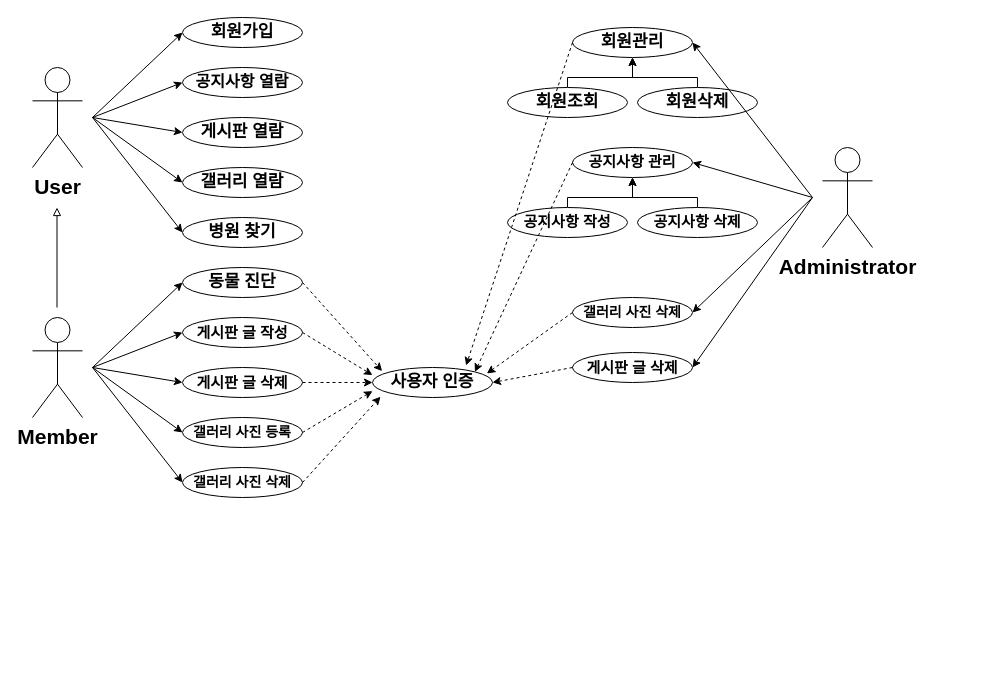
Before: usecase.drawio in ch990916/PetDisease, a draw.io diagram. Source tidied: cells renumbered, new cells numbered last; positions are measured from the earlier drawing's top-left corner, leaving out a move shared by most shapes. Both pictures are drawn from the tidied source at 100%, with x=0, y=0 at pixel (32, 17).
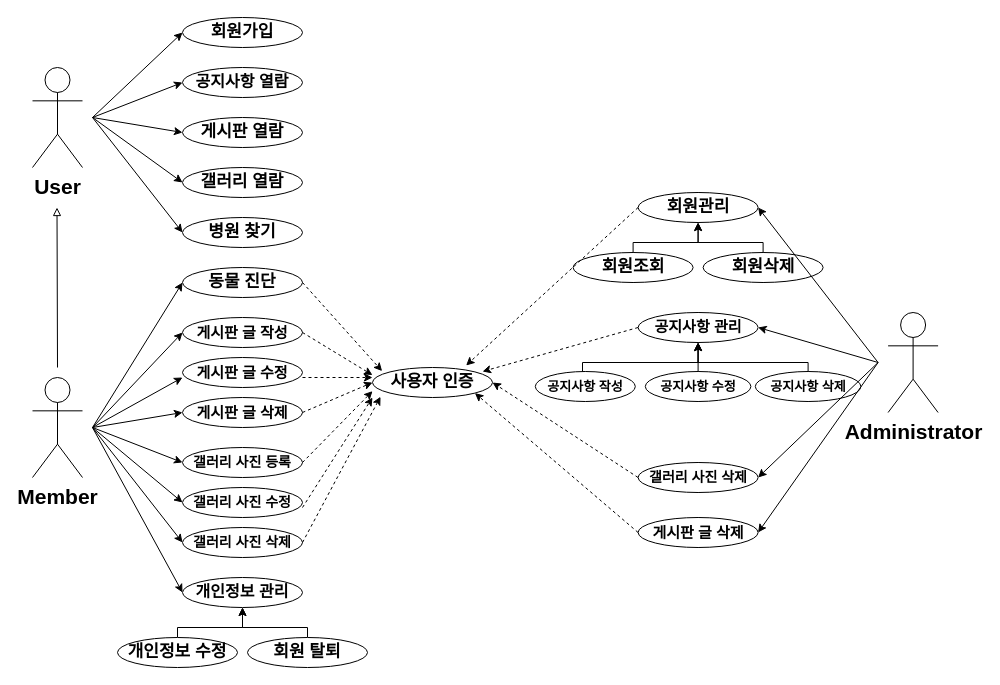
Above is the later version.

Commit message:
12 / 05 "수정" 내용 추가 UCD

Unchanged cells that the change refers to:
```xml
<mxCell id="5" value="&lt;span style=&quot;font-size: 17px;&quot;&gt;&lt;b&gt;동물 진단&lt;/b&gt;&lt;/span&gt;" style="ellipse;whiteSpace=wrap;html=1;" parent="1" vertex="1">
  <mxGeometry x="150" y="250" width="120" height="30" as="geometry" />
</mxCell>
<mxCell id="11" value="&lt;span style=&quot;font-size: 17px;&quot;&gt;&lt;b&gt;사용자 인증&lt;/b&gt;&lt;/span&gt;" style="ellipse;whiteSpace=wrap;html=1;" parent="1" vertex="1">
  <mxGeometry x="340" y="350" width="120" height="30" as="geometry" />
</mxCell>
```

Diff of the diagram source:
```diff
@@
     <mxCell id="7" value="&lt;font style=&quot;font-size: 15px;&quot;&gt;&lt;b style=&quot;font-size: 15px;&quot;&gt;게시판 글 삭제&lt;/b&gt;&lt;/font&gt;" style="ellipse;whiteSpace=wrap;html=1;fontSize=15;" parent="1" vertex="1">
-      <mxGeometry x="150" y="350" width="120" height="30" as="geometry" />
+      <mxGeometry x="150" y="380" width="120" height="30" as="geometry" />
     </mxCell>
     <mxCell id="8" value="&lt;font style=&quot;font-size: 14px;&quot;&gt;&lt;b style=&quot;font-size: 14px;&quot;&gt;갤러리 사진 등록&lt;/b&gt;&lt;/font&gt;" style="ellipse;whiteSpace=wrap;html=1;fontSize=14;" parent="1" vertex="1">
-      <mxGeometry x="150" y="400" width="120" height="30" as="geometry" />
+      <mxGeometry x="150" y="430" width="120" height="30" as="geometry" />
     </mxCell>
     <mxCell id="9" value="&lt;font style=&quot;font-size: 14px;&quot;&gt;&lt;b style=&quot;font-size: 14px;&quot;&gt;갤러리 사진 삭제&lt;/b&gt;&lt;/font&gt;" style="ellipse;whiteSpace=wrap;html=1;fontSize=14;" parent="1" vertex="1">
-      <mxGeometry x="150" y="450" width="120" height="30" as="geometry" />
+      <mxGeometry x="150" y="510" width="120" height="30" as="geometry" />
     </mxCell>
@@
     <mxCell id="13" value="Member" style="shape=umlActor;verticalLabelPosition=bottom;verticalAlign=top;html=1;fontSize=21;fontStyle=1;" parent="1" vertex="1">
-      <mxGeometry y="300" width="50" height="100" as="geometry" />
+      <mxGeometry y="360" width="50" height="100" as="geometry" />
     </mxCell>
@@
     <mxCell id="20" style="endArrow=classic;html=1;rounded=0;entryX=0;entryY=0.5;entryDx=0;entryDy=0;" parent="1" edge="1" target="5">
       <mxGeometry relative="1" as="geometry">
-        <mxPoint x="60" y="350" as="sourcePoint" />
+        <mxPoint x="60" y="410" as="sourcePoint" />
       </mxGeometry>
     </mxCell>
     <mxCell id="21" style="endArrow=classic;html=1;rounded=0;entryX=0;entryY=0.5;entryDx=0;entryDy=0;" parent="1" edge="1" target="7">
       <mxGeometry relative="1" as="geometry">
-        <mxPoint x="60" y="350" as="sourcePoint" />
+        <mxPoint x="60" y="410" as="sourcePoint" />
       </mxGeometry>
     </mxCell>
     <mxCell id="22" style="endArrow=classic;html=1;rounded=0;entryX=0;entryY=0.5;entryDx=0;entryDy=0;" parent="1" edge="1" target="8">
       <mxGeometry relative="1" as="geometry">
-        <mxPoint x="60" y="350" as="sourcePoint" />
+        <mxPoint x="60" y="410" as="sourcePoint" />
       </mxGeometry>
     </mxCell>
     <mxCell id="23" style="endArrow=classic;html=1;rounded=0;entryX=0;entryY=0.5;entryDx=0;entryDy=0;" parent="1" edge="1" target="9">
       <mxGeometry relative="1" as="geometry">
-        <mxPoint x="60" y="350" as="sourcePoint" />
+        <mxPoint x="60" y="410" as="sourcePoint" />
       </mxGeometry>
     </mxCell>
     <mxCell id="24" style="endArrow=classic;html=1;rounded=0;entryX=0;entryY=0.5;entryDx=0;entryDy=0;" parent="1" edge="1">
       <mxGeometry relative="1" as="geometry">
-        <mxPoint x="60" y="350" as="sourcePoint" />
+        <mxPoint x="60" y="410" as="sourcePoint" />
         <mxPoint x="150" y="315" as="targetPoint" />
       </mxGeometry>
     </mxCell>
@@
     <mxCell id="30" style="endArrow=block;html=1;rounded=0;endFill=0;" parent="1" edge="1">
       <mxGeometry relative="1" as="geometry">
-        <mxPoint x="24.5" y="290" as="sourcePoint" />
+        <mxPoint x="25" y="350" as="sourcePoint" />
         <mxPoint x="24.5" y="190" as="targetPoint" />
       </mxGeometry>
     </mxCell>
     <mxCell id="31" value="Administrator" style="shape=umlActor;verticalLabelPosition=bottom;verticalAlign=top;html=1;fontSize=21;fontStyle=1;" parent="1" vertex="1">
-      <mxGeometry x="790" y="130" width="50" height="100" as="geometry" />
+      <mxGeometry x="855.6" y="295" width="50" height="100" as="geometry" />
     </mxCell>
     <mxCell id="32" value="&lt;font style=&quot;font-size: 17px;&quot;&gt;&lt;b&gt;회원관리&lt;/b&gt;&lt;/font&gt;" style="ellipse;whiteSpace=wrap;html=1;" parent="1" vertex="1">
-      <mxGeometry x="540" y="10" width="120" height="30" as="geometry" />
+      <mxGeometry x="605.6" y="175" width="120" height="30" as="geometry" />
     </mxCell>
     <mxCell id="33" style="edgeStyle=orthogonalEdgeStyle;rounded=0;jettySize=auto;html=1;exitX=0.5;exitY=0;exitDx=0;exitDy=0;entryX=0.5;entryY=1;entryDx=0;entryDy=0;" parent="1" edge="1" source="34" target="32">
       <mxGeometry relative="1" as="geometry">
         <Array as="points">
-          <mxPoint x="535" y="60" />
-          <mxPoint x="600" y="60" />
+          <mxPoint x="600.6" y="225" />
+          <mxPoint x="665.6" y="225" />
         </Array>
       </mxGeometry>
     </mxCell>
     <mxCell id="34" value="&lt;font style=&quot;font-size: 17px;&quot;&gt;&lt;b&gt;회원조회&lt;/b&gt;&lt;/font&gt;" style="ellipse;whiteSpace=wrap;html=1;" parent="1" vertex="1">
-      <mxGeometry x="475" y="70" width="120" height="30" as="geometry" />
+      <mxGeometry x="540.6" y="235" width="120" height="30" as="geometry" />
     </mxCell>
     <mxCell id="35" style="edgeStyle=orthogonalEdgeStyle;rounded=0;jettySize=auto;html=1;exitX=0.5;exitY=0;exitDx=0;exitDy=0;entryX=0.5;entryY=1;entryDx=0;entryDy=0;" parent="1" edge="1" source="36" target="32">
       <mxGeometry relative="1" as="geometry">
         <Array as="points">
-          <mxPoint x="665" y="60" />
-          <mxPoint x="600" y="60" />
+          <mxPoint x="730.6" y="225" />
+          <mxPoint x="665.6" y="225" />
         </Array>
       </mxGeometry>
     </mxCell>
     <mxCell id="36" value="&lt;font style=&quot;font-size: 17px;&quot;&gt;&lt;b&gt;회원삭제&lt;/b&gt;&lt;/font&gt;" style="ellipse;whiteSpace=wrap;html=1;" parent="1" vertex="1">
-      <mxGeometry x="605" y="70" width="120" height="30" as="geometry" />
+      <mxGeometry x="670.6" y="235" width="120" height="30" as="geometry" />
     </mxCell>
     <mxCell id="37" value="&lt;font style=&quot;font-size: 17px;&quot;&gt;&lt;b style=&quot;font-size: 15px;&quot;&gt;공지사항 관리&lt;/b&gt;&lt;/font&gt;" style="ellipse;whiteSpace=wrap;html=1;" parent="1" vertex="1">
-      <mxGeometry x="540" y="130" width="120" height="30" as="geometry" />
+      <mxGeometry x="605.6" y="295" width="120" height="30" as="geometry" />
     </mxCell>
     <mxCell id="38" style="edgeStyle=orthogonalEdgeStyle;rounded=0;jettySize=auto;html=1;exitX=0.5;exitY=0;exitDx=0;exitDy=0;entryX=0.5;entryY=1;entryDx=0;entryDy=0;" parent="1" edge="1" source="39" target="37">
       <mxGeometry relative="1" as="geometry">
         <Array as="points">
-          <mxPoint x="535" y="180" />
-          <mxPoint x="600" y="180" />
+          <mxPoint x="550" y="345" />
+          <mxPoint x="666" y="345" />
         </Array>
       </mxGeometry>
     </mxCell>
-    <mxCell id="39" value="&lt;font style=&quot;font-size: 17px;&quot;&gt;&lt;b style=&quot;font-size: 15px;&quot;&gt;공지사항 작성&lt;/b&gt;&lt;/font&gt;" style="ellipse;whiteSpace=wrap;html=1;" parent="1" vertex="1">
-      <mxGeometry x="475" y="190" width="120" height="30" as="geometry" />
+    <mxCell id="39" value="&lt;font style=&quot;font-size: 13px;&quot;&gt;&lt;b style=&quot;font-size: 13px;&quot;&gt;공지사항 작성&lt;/b&gt;&lt;/font&gt;" style="ellipse;whiteSpace=wrap;html=1;fontSize=13;" parent="1" vertex="1">
+      <mxGeometry x="502.8" y="354" width="100" height="30" as="geometry" />
     </mxCell>
     <mxCell id="40" style="edgeStyle=orthogonalEdgeStyle;rounded=0;jettySize=auto;html=1;exitX=0.5;exitY=0;exitDx=0;exitDy=0;entryX=0.5;entryY=1;entryDx=0;entryDy=0;" parent="1" edge="1" source="41" target="37">
       <mxGeometry relative="1" as="geometry">
         <Array as="points">
-          <mxPoint x="665" y="180" />
-          <mxPoint x="600" y="180" />
+          <mxPoint x="776" y="345" />
+          <mxPoint x="666" y="345" />
         </Array>
       </mxGeometry>
     </mxCell>
-    <mxCell id="41" value="&lt;font style=&quot;font-size: 17px;&quot;&gt;&lt;b style=&quot;font-size: 15px;&quot;&gt;공지사항 삭제&lt;/b&gt;&lt;/font&gt;" style="ellipse;whiteSpace=wrap;html=1;" parent="1" vertex="1">
-      <mxGeometry x="605" y="190" width="120" height="30" as="geometry" />
+    <mxCell id="41" value="&lt;font style=&quot;font-size: 13px;&quot;&gt;&lt;b style=&quot;font-size: 13px;&quot;&gt;공지사항 삭제&lt;/b&gt;&lt;/font&gt;" style="ellipse;whiteSpace=wrap;html=1;fontSize=13;" parent="1" vertex="1">
+      <mxGeometry x="722.8" y="354" width="105.6" height="30" as="geometry" />
     </mxCell>
@@
-    <mxCell id="43" style="endArrow=classic;html=1;rounded=0;entryX=1;entryY=0;entryDx=0;entryDy=0;exitX=0;exitY=0.5;exitDx=0;exitDy=0;dashed=1;" parent="1" edge="1" source="37" target="11">
-      <mxGeometry relative="1" as="geometry" />
+    <mxCell id="43" style="endArrow=classic;html=1;rounded=0;exitX=0;exitY=0.5;exitDx=0;exitDy=0;dashed=1;" parent="1" edge="1" source="37">
+      <mxGeometry relative="1" as="geometry">
+        <mxPoint x="450" y="354" as="targetPoint" />
+      </mxGeometry>
     </mxCell>
     <mxCell id="44" value="&lt;font style=&quot;font-size: 14px;&quot;&gt;&lt;b style=&quot;font-size: 14px;&quot;&gt;갤러리 사진 삭제&lt;/b&gt;&lt;/font&gt;" style="ellipse;whiteSpace=wrap;html=1;fontSize=14;" parent="1" vertex="1">
-      <mxGeometry x="540" y="280" width="120" height="30" as="geometry" />
+      <mxGeometry x="605.6" y="445" width="120" height="30" as="geometry" />
     </mxCell>
     <mxCell id="45" value="&lt;font style=&quot;font-size: 15px;&quot;&gt;&lt;b style=&quot;font-size: 15px;&quot;&gt;게시판 글 삭제&lt;/b&gt;&lt;/font&gt;" style="ellipse;whiteSpace=wrap;html=1;fontSize=15;" parent="1" vertex="1">
-      <mxGeometry x="540" y="335" width="120" height="30" as="geometry" />
+      <mxGeometry x="605.6" y="500" width="120" height="30" as="geometry" />
     </mxCell>
-    <mxCell id="46" style="endArrow=classic;html=1;rounded=0;entryX=0.953;entryY=0.2;entryDx=0;entryDy=0;entryPerimeter=0;exitX=0;exitY=0.5;exitDx=0;exitDy=0;dashed=1;" parent="1" edge="1" source="44" target="11">
+    <mxCell id="46" style="endArrow=classic;html=1;rounded=0;entryX=1;entryY=0.5;entryDx=0;entryDy=0;exitX=0;exitY=0.5;exitDx=0;exitDy=0;dashed=1;" parent="1" edge="1" source="44" target="11">
       <mxGeometry relative="1" as="geometry" />
     </mxCell>
-    <mxCell id="47" style="endArrow=classic;html=1;rounded=0;entryX=1;entryY=0.5;entryDx=0;entryDy=0;exitX=0;exitY=0.5;exitDx=0;exitDy=0;dashed=1;" parent="1" edge="1" source="45" target="11">
+    <mxCell id="47" style="endArrow=classic;html=1;rounded=0;entryX=1;entryY=1;entryDx=0;entryDy=0;exitX=0;exitY=0.5;exitDx=0;exitDy=0;dashed=1;" parent="1" edge="1" source="45" target="11">
       <mxGeometry relative="1" as="geometry" />
     </mxCell>
     <mxCell id="48" style="endArrow=classic;html=1;rounded=0;entryX=1;entryY=0.5;entryDx=0;entryDy=0;" parent="1" edge="1" target="32">
       <mxGeometry relative="1" as="geometry">
-        <mxPoint x="780" y="180" as="sourcePoint" />
+        <mxPoint x="845.6" y="345" as="sourcePoint" />
       </mxGeometry>
     </mxCell>
     <mxCell id="49" style="endArrow=classic;html=1;rounded=0;entryX=1;entryY=0.5;entryDx=0;entryDy=0;" parent="1" edge="1" target="37">
       <mxGeometry relative="1" as="geometry">
-        <mxPoint x="780" y="180" as="sourcePoint" />
+        <mxPoint x="845.6" y="345" as="sourcePoint" />
       </mxGeometry>
     </mxCell>
     <mxCell id="50" style="endArrow=classic;html=1;rounded=0;entryX=1;entryY=0.5;entryDx=0;entryDy=0;" parent="1" edge="1" target="44">
       <mxGeometry relative="1" as="geometry">
-        <mxPoint x="780" y="180" as="sourcePoint" />
+        <mxPoint x="845.6" y="345" as="sourcePoint" />
       </mxGeometry>
     </mxCell>
     <mxCell id="51" style="endArrow=classic;html=1;rounded=0;entryX=1;entryY=0.5;entryDx=0;entryDy=0;" parent="1" edge="1" target="45">
       <mxGeometry relative="1" as="geometry">
-        <mxPoint x="780" y="180" as="sourcePoint" />
+        <mxPoint x="845.6" y="345" as="sourcePoint" />
       </mxGeometry>
     </mxCell>
+    <mxCell id="52" value="&lt;font style=&quot;font-size: 17px;&quot;&gt;&lt;b style=&quot;font-size: 16px;&quot;&gt;개인정보 관리&lt;/b&gt;&lt;/font&gt;" style="ellipse;whiteSpace=wrap;html=1;" parent="1" vertex="1">
+      <mxGeometry x="150" y="560" width="120" height="30" as="geometry" />
+    </mxCell>
+    <mxCell id="53" style="edgeStyle=orthogonalEdgeStyle;rounded=0;jettySize=auto;html=1;exitX=0.5;exitY=0;exitDx=0;exitDy=0;entryX=0.5;entryY=1;entryDx=0;entryDy=0;" parent="1" edge="1" source="54" target="52">
+      <mxGeometry relative="1" as="geometry">
+        <Array as="points">
+          <mxPoint x="145" y="610" />
+          <mxPoint x="210" y="610" />
+        </Array>
+      </mxGeometry>
+    </mxCell>
+    <mxCell id="54" value="&lt;font style=&quot;font-size: 17px;&quot;&gt;&lt;b&gt;개인정보 수정&lt;/b&gt;&lt;/font&gt;" style="ellipse;whiteSpace=wrap;html=1;" parent="1" vertex="1">
+      <mxGeometry x="85" y="620" width="120" height="30" as="geometry" />
+    </mxCell>
+    <mxCell id="55" style="edgeStyle=orthogonalEdgeStyle;rounded=0;jettySize=auto;html=1;exitX=0.5;exitY=0;exitDx=0;exitDy=0;entryX=0.5;entryY=1;entryDx=0;entryDy=0;" parent="1" edge="1" source="56" target="52">
+      <mxGeometry relative="1" as="geometry">
+        <Array as="points">
+          <mxPoint x="275" y="610" />
+          <mxPoint x="210" y="610" />
+        </Array>
+      </mxGeometry>
+    </mxCell>
+    <mxCell id="56" value="&lt;span style=&quot;font-size: 17px;&quot;&gt;&lt;b&gt;회원 탈퇴&lt;/b&gt;&lt;/span&gt;" style="ellipse;whiteSpace=wrap;html=1;" parent="1" vertex="1">
+      <mxGeometry x="215" y="620" width="120" height="30" as="geometry" />
+    </mxCell>
+    <mxCell id="57" style="endArrow=classic;html=1;rounded=0;entryX=0;entryY=0.5;entryDx=0;entryDy=0;" parent="1" edge="1" target="52">
+      <mxGeometry relative="1" as="geometry">
+        <mxPoint x="60" y="410" as="sourcePoint" />
+      </mxGeometry>
+    </mxCell>
+    <mxCell id="58" value="&lt;font style=&quot;font-size: 15px;&quot;&gt;&lt;b style=&quot;font-size: 15px;&quot;&gt;게시판 글 수정&lt;/b&gt;&lt;/font&gt;" style="ellipse;whiteSpace=wrap;html=1;fontSize=15;" parent="1" vertex="1">
+      <mxGeometry x="150" y="340" width="120" height="30" as="geometry" />
+    </mxCell>
+    <mxCell id="59" value="&lt;font style=&quot;font-size: 14px;&quot;&gt;&lt;b style=&quot;font-size: 14px;&quot;&gt;갤러리 사진 수정&lt;/b&gt;&lt;/font&gt;" style="ellipse;whiteSpace=wrap;html=1;fontSize=14;" parent="1" vertex="1">
+      <mxGeometry x="150" y="470" width="120" height="30" as="geometry" />
+    </mxCell>
+    <mxCell id="60" style="edgeStyle=orthogonalEdgeStyle;rounded=0;jettySize=auto;html=1;exitX=0.5;exitY=0;exitDx=0;exitDy=0;entryX=0.5;entryY=1;entryDx=0;entryDy=0;" parent="1" edge="1" source="61" target="37">
+      <mxGeometry relative="1" as="geometry" />
+    </mxCell>
+    <mxCell id="61" value="&lt;font style=&quot;font-size: 13px;&quot;&gt;&lt;b style=&quot;font-size: 13px;&quot;&gt;공지사항 수정&lt;/b&gt;&lt;/font&gt;" style="ellipse;whiteSpace=wrap;html=1;fontSize=13;" parent="1" vertex="1">
+      <mxGeometry x="612.8" y="354" width="105.6" height="30" as="geometry" />
+    </mxCell>
+    <mxCell id="62" style="endArrow=classic;html=1;rounded=0;entryX=0;entryY=0.5;entryDx=0;entryDy=0;" parent="1" edge="1">
+      <mxGeometry relative="1" as="geometry">
+        <mxPoint x="60" y="410" as="sourcePoint" />
+        <mxPoint x="150" y="360" as="targetPoint" />
+      </mxGeometry>
+    </mxCell>
+    <mxCell id="63" style="endArrow=classic;html=1;rounded=0;entryX=0;entryY=0.5;entryDx=0;entryDy=0;" parent="1" edge="1">
+      <mxGeometry relative="1" as="geometry">
+        <mxPoint x="60" y="410" as="sourcePoint" />
+        <mxPoint x="150" y="485" as="targetPoint" />
+      </mxGeometry>
+    </mxCell>
+    <mxCell id="64" style="endArrow=classic;html=1;rounded=0;exitX=1;exitY=0.5;exitDx=0;exitDy=0;dashed=1;" parent="1" edge="1">
+      <mxGeometry relative="1" as="geometry">
+        <mxPoint x="270" y="360" as="sourcePoint" />
+        <mxPoint x="340" y="360" as="targetPoint" />
+      </mxGeometry>
+    </mxCell>
+    <mxCell id="65" style="endArrow=classic;html=1;rounded=0;exitX=1;exitY=0.5;exitDx=0;exitDy=0;dashed=1;" parent="1" edge="1">
+      <mxGeometry relative="1" as="geometry">
+        <mxPoint x="270" y="490" as="sourcePoint" />
+        <mxPoint x="340" y="380" as="targetPoint" />
+      </mxGeometry>
+    </mxCell>
```
